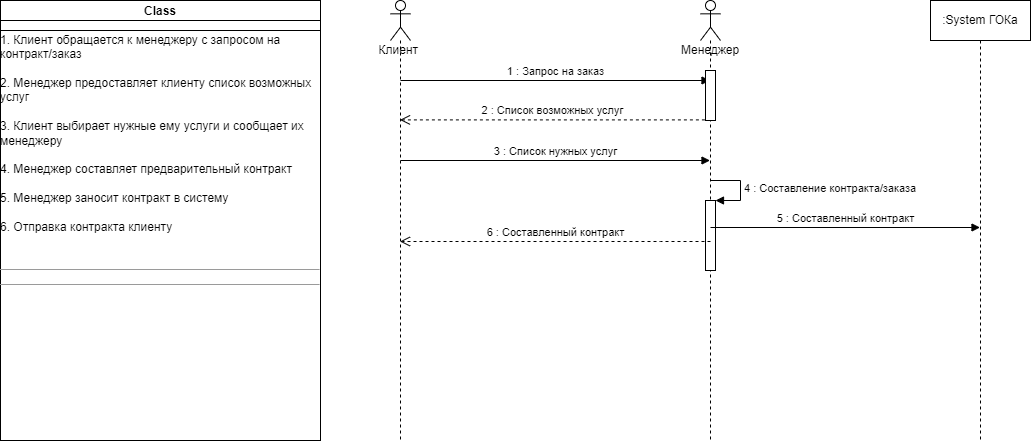
This is InteractionDiagram.drawio.png from Awftf/UML, a draw.io export, as it was before one commit. Source tidied: cells renumbered, new cells last; positions are measured from the earlier drawing's top-left corner, leaving out a move shared by most shapes.
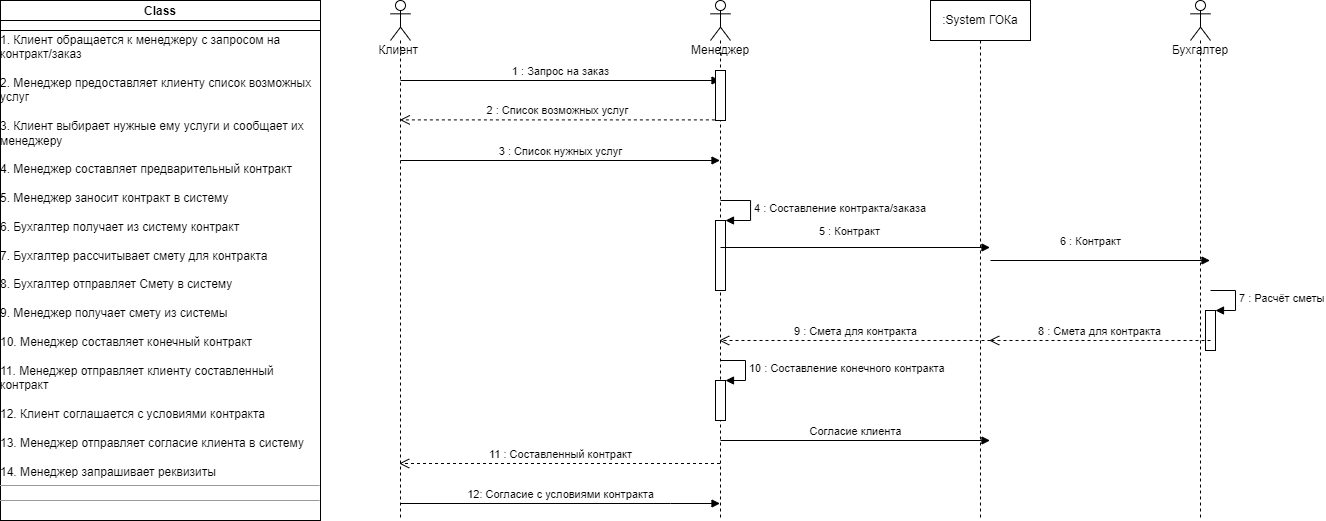
The same diagram one commit later.

Change to the diagram source:
```diff
@@ -3,7 +3,7 @@
     <mxCell id="0" />
     <mxCell id="1" parent="0" />
     <mxCell id="2" value="Клиент&amp;nbsp;" style="shape=umlLifeline;participant=umlActor;perimeter=lifelinePerimeter;whiteSpace=wrap;html=1;verticalAlign=top;spacingTop=36;outlineConnect=0;" parent="1" vertex="1">
-      <mxGeometry x="390" width="20" height="440" as="geometry" />
+      <mxGeometry x="390" width="20" height="520" as="geometry" />
     </mxCell>
     <mxCell id="3" value="3 : Список нужных услуг" style="html=1;verticalAlign=bottom;endArrow=block;rounded=0;" parent="2" edge="1" target="5">
       <mxGeometry relative="1" as="geometry">
@@ -15,31 +15,85 @@
         <mxPoint x="10" y="80" as="sourcePoint" />
       </mxGeometry>
     </mxCell>
+    <mxCell id="15" value="12: Согласие с условиями контракта" style="html=1;verticalAlign=bottom;endArrow=block;rounded=0;" parent="2" edge="1" target="5">
+      <mxGeometry relative="1" as="geometry">
+        <mxPoint x="10" y="503" as="sourcePoint" />
+        <Array as="points">
+          <mxPoint x="280" y="503" />
+        </Array>
+      </mxGeometry>
+    </mxCell>
     <mxCell id="5" value="Менеджер&lt;br&gt;" style="shape=umlLifeline;participant=umlActor;perimeter=lifelinePerimeter;whiteSpace=wrap;html=1;verticalAlign=top;spacingTop=36;outlineConnect=0;" parent="1" vertex="1">
-      <mxGeometry x="700" width="20" height="440" as="geometry" />
+      <mxGeometry x="710" width="20" height="520" as="geometry" />
     </mxCell>
     <mxCell id="6" style="html=1;points=[];perimeter=orthogonalPerimeter;" parent="5" vertex="1">
       <mxGeometry x="5" y="70" width="10" height="50" as="geometry" />
     </mxCell>
     <mxCell id="7" style="html=1;points=[];perimeter=orthogonalPerimeter;" parent="5" vertex="1">
-      <mxGeometry x="5" y="200" width="10" height="70" as="geometry" />
+      <mxGeometry x="5" y="220" width="10" height="70" as="geometry" />
     </mxCell>
     <mxCell id="8" value="4 : Составление контракта/заказа" style="edgeStyle=orthogonalEdgeStyle;html=1;align=left;spacingLeft=2;endArrow=block;rounded=0;entryX=1;entryY=0;" parent="5" edge="1" target="7">
       <mxGeometry relative="1" as="geometry">
-        <mxPoint x="10" y="180" as="sourcePoint" />
+        <mxPoint x="10" y="200" as="sourcePoint" />
         <Array as="points">
-          <mxPoint x="40" y="180" />
+          <mxPoint x="40" y="200" />
         </Array>
       </mxGeometry>
     </mxCell>
-    <mxCell id="9" value="5 : Составленный контракт" style="html=1;verticalAlign=bottom;endArrow=block;rounded=0;" parent="5" edge="1">
-      <mxGeometry relative="1" as="geometry">
-        <mxPoint x="10" y="227" as="sourcePoint" />
-        <mxPoint x="279.5" y="227" as="targetPoint" />
+    <mxCell id="9" value="5 : Контракт" style="html=1;verticalAlign=bottom;endArrow=block;rounded=0;" parent="5" edge="1">
+      <mxGeometry x="-0.04" y="7" relative="1" as="geometry">
+        <mxPoint x="10" y="247" as="sourcePoint" />
+        <mxPoint x="279.5" y="247" as="targetPoint" />
       </mxGeometry>
     </mxCell>
+    <mxCell id="16" style="html=1;points=[];perimeter=orthogonalPerimeter;" parent="5" vertex="1">
+      <mxGeometry x="5" y="380" width="10" height="40" as="geometry" />
+    </mxCell>
+    <mxCell id="17" value="10 : Составление конечного контракта&amp;nbsp;" style="edgeStyle=orthogonalEdgeStyle;html=1;align=left;spacingLeft=2;endArrow=block;rounded=0;entryX=1;entryY=0;" parent="5" edge="1" target="16">
+      <mxGeometry relative="1" as="geometry">
+        <mxPoint x="10" y="360" as="sourcePoint" />
+        <Array as="points">
+          <mxPoint x="35" y="360" />
+        </Array>
+      </mxGeometry>
+    </mxCell>
+    <mxCell id="18" value="6 : Контракт" style="html=1;verticalAlign=bottom;endArrow=block;rounded=0;" parent="5" edge="1">
+      <mxGeometry x="-0.09" y="10" relative="1" as="geometry">
+        <mxPoint x="280" y="260" as="sourcePoint" />
+        <mxPoint x="499.5" y="260" as="targetPoint" />
+      </mxGeometry>
+    </mxCell>
+    <mxCell id="19" style="html=1;points=[];perimeter=orthogonalPerimeter;" parent="5" vertex="1">
+      <mxGeometry x="495" y="310" width="10" height="40" as="geometry" />
+    </mxCell>
+    <mxCell id="20" value="7 : Расчёт сметы" style="edgeStyle=orthogonalEdgeStyle;html=1;align=left;spacingLeft=2;endArrow=block;rounded=0;entryX=1;entryY=0;" parent="5" edge="1" target="19">
+      <mxGeometry relative="1" as="geometry">
+        <mxPoint x="500" y="290" as="sourcePoint" />
+        <Array as="points">
+          <mxPoint x="525" y="290" />
+        </Array>
+      </mxGeometry>
+    </mxCell>
+    <mxCell id="21" value="8 : Смета для контракта" style="html=1;verticalAlign=bottom;endArrow=open;dashed=1;endSize=8;rounded=0;" parent="5" edge="1">
+      <mxGeometry relative="1" as="geometry">
+        <mxPoint x="500" y="340" as="sourcePoint" />
+        <mxPoint x="278.7" y="340" as="targetPoint" />
+      </mxGeometry>
+    </mxCell>
+    <mxCell id="22" value="9 : Смета для контракта" style="html=1;verticalAlign=bottom;endArrow=open;dashed=1;endSize=8;rounded=0;" parent="5" edge="1">
+      <mxGeometry relative="1" as="geometry">
+        <mxPoint x="280" y="340" as="sourcePoint" />
+        <mxPoint x="8.7" y="340" as="targetPoint" />
+      </mxGeometry>
+    </mxCell>
+    <mxCell id="23" value="Согласие клиента" style="html=1;verticalAlign=bottom;endArrow=block;rounded=0;" parent="5" edge="1">
+      <mxGeometry relative="1" as="geometry">
+        <mxPoint x="10" y="440" as="sourcePoint" />
+        <mxPoint x="279.5" y="440" as="targetPoint" />
+      </mxGeometry>
+    </mxCell>
-    <mxCell id="10" value="&lt;p style=&quot;margin: 0px ; margin-top: 4px ; text-align: center&quot;&gt;&lt;b&gt;Class&lt;/b&gt;&lt;/p&gt;&lt;br&gt;1. Клиент обращается к менеджеру с запросом на &lt;br&gt;контракт/заказ&lt;br&gt;&lt;br&gt;2. Менеджер предоставляет клиенту список возможных&lt;br&gt;услуг&lt;br&gt;&lt;br&gt;3. Клиент выбирает нужные ему услуги и сообщает их&lt;br&gt;менеджеру&lt;br&gt;&lt;br&gt;4. Менеджер составляет предварительный контракт&lt;br&gt;&lt;br&gt;5. Менеджер заносит контракт в систему&lt;br&gt;&lt;br&gt;6. Отправка контракта клиенту&lt;br&gt;&lt;br&gt;&lt;br&gt;&lt;hr size=&quot;1&quot;&gt;&lt;div style=&quot;height: 2px&quot;&gt;&lt;br&gt;&lt;/div&gt;&lt;hr size=&quot;1&quot;&gt;&lt;div style=&quot;height: 2px&quot;&gt;&lt;/div&gt;" style="verticalAlign=top;align=left;overflow=fill;fontSize=12;fontFamily=Helvetica;html=1;" parent="1" vertex="1">
-      <mxGeometry width="320" height="440" as="geometry" />
+    <mxCell id="10" value="&lt;p style=&quot;margin: 0px ; margin-top: 4px ; text-align: center&quot;&gt;&lt;b&gt;Class&lt;/b&gt;&lt;/p&gt;&lt;br&gt;1. Клиент обращается к менеджеру с запросом на &lt;br&gt;контракт/заказ&lt;br&gt;&lt;br&gt;2. Менеджер предоставляет клиенту список возможных&lt;br&gt;услуг&lt;br&gt;&lt;br&gt;3. Клиент выбирает нужные ему услуги и сообщает их&lt;br&gt;менеджеру&lt;br&gt;&lt;br&gt;4. Менеджер составляет предварительный контракт&lt;br&gt;&lt;br&gt;5. Менеджер заносит контракт в систему&lt;br&gt;&lt;br&gt;6. Бухгалтер получает из систему контракт&lt;br&gt;&lt;br&gt;7. Бухгалтер рассчитывает смету для контракта&amp;nbsp;&lt;br&gt;&lt;br&gt;8. Бухгалтер отправляет Смету в систему&lt;br&gt;&lt;br&gt;9. Менеджер получает смету из системы&amp;nbsp;&lt;br&gt;&lt;br&gt;10. Менеджер составляет конечный контракт&amp;nbsp;&lt;br&gt;&lt;br&gt;11. Менеджер отправляет клиенту составленный &lt;br&gt;контракт&lt;br&gt;&lt;br&gt;12. Клиент соглашается с условиями контракта&amp;nbsp;&lt;br&gt;&lt;br&gt;13. Менеджер отправляет согласие клиента в систему&lt;br&gt;&lt;br&gt;14. Менеджер запрашивает реквизиты&amp;nbsp;&lt;br&gt;&lt;hr size=&quot;1&quot;&gt;&lt;div style=&quot;height: 2px&quot;&gt;&lt;br&gt;&lt;/div&gt;&lt;hr size=&quot;1&quot;&gt;&lt;div style=&quot;height: 2px&quot;&gt;&lt;/div&gt;" style="verticalAlign=top;align=left;overflow=fill;fontSize=12;fontFamily=Helvetica;html=1;" parent="1" vertex="1">
+      <mxGeometry width="320" height="520" as="geometry" />
     </mxCell>
     <mxCell id="11" style="rounded=0;whiteSpace=wrap;html=1;" parent="1" vertex="1">
       <mxGeometry y="20" width="320" height="10" as="geometry" />
@@ -47,17 +101,19 @@
     <mxCell id="12" value="2 : Список возможных услуг" style="html=1;verticalAlign=bottom;endArrow=open;dashed=1;endSize=8;rounded=0;exitX=-0.06;exitY=0.988;exitDx=0;exitDy=0;exitPerimeter=0;" parent="1" edge="1" source="6" target="2">
       <mxGeometry relative="1" as="geometry" />
     </mxCell>
-    <mxCell id="13" value="6 : Составленный контракт" style="html=1;verticalAlign=bottom;endArrow=open;dashed=1;endSize=8;rounded=0;" parent="1" edge="1">
-      <mxGeometry relative="1" as="geometry">
-        <mxPoint x="710" y="241" as="sourcePoint" />
-        <mxPoint x="399.5" y="241" as="targetPoint" />
-        <Array as="points">
-          <mxPoint x="660" y="241" />
-        </Array>
-      </mxGeometry>
-    </mxCell>
     <mxCell id="14" value=":System ГОКа" style="shape=umlLifeline;perimeter=lifelinePerimeter;whiteSpace=wrap;html=1;" parent="1" vertex="1">
-      <mxGeometry x="930" width="100" height="440" as="geometry" />
+      <mxGeometry x="930" width="100" height="520" as="geometry" />
     </mxCell>
+    <mxCell id="24" value="Бухгалтер&lt;br&gt;" style="shape=umlLifeline;participant=umlActor;perimeter=lifelinePerimeter;whiteSpace=wrap;html=1;verticalAlign=top;spacingTop=36;" parent="1" vertex="1">
+      <mxGeometry x="1190" width="20" height="520" as="geometry" />
+    </mxCell>
+    <mxCell id="25" value="11 : Составленный контракт" style="html=1;verticalAlign=bottom;endArrow=open;dashed=1;endSize=8;rounded=0;" parent="1" edge="1" source="5">
+      <mxGeometry relative="1" as="geometry">
+        <mxPoint x="398.7" y="463" as="targetPoint" />
+        <Array as="points">
+          <mxPoint x="690" y="463" />
+        </Array>
+      </mxGeometry>
+    </mxCell>
   </root>
 </mxGraphModel>
```
